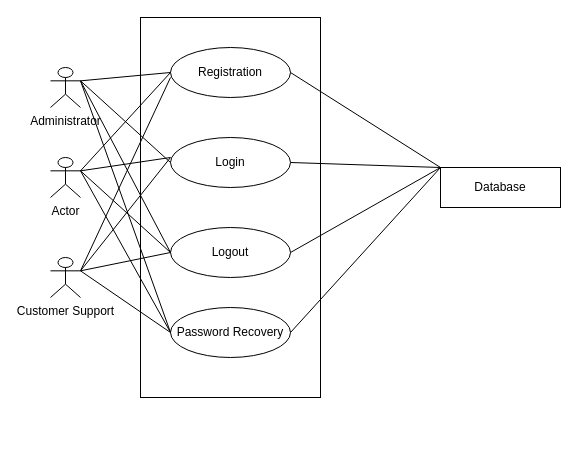
The draw.io diagram Software-Requirement-Specification/Use-Case-Diagrams/Level-1.1.drawio in fiercePanda007/SPL2-EcommerceWebApp, before the edit. Source tidied: cells renumbered, new cells numbered last; positions are measured from the earlier drawing's top-left corner, leaving out a move shared by most shapes. Both pictures are drawn from the tidied source at 100%, with x=0, y=0 at pixel (50, 17).
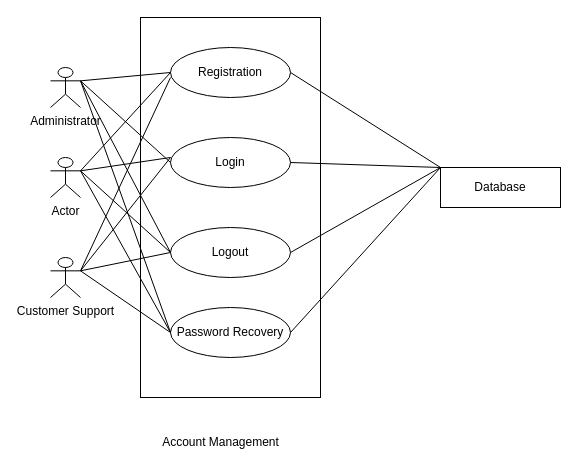
After the change.

The edit, as a diff of the source:
```diff
@@
+    <mxCell id="27" value="Account Management&lt;br&gt;" style="text;html=1;align=center;verticalAlign=middle;strokeColor=none;fillColor=none;" parent="1" vertex="1">
+      <mxGeometry x="100" y="410" width="140" height="30" as="geometry" />
+    </mxCell>
```
